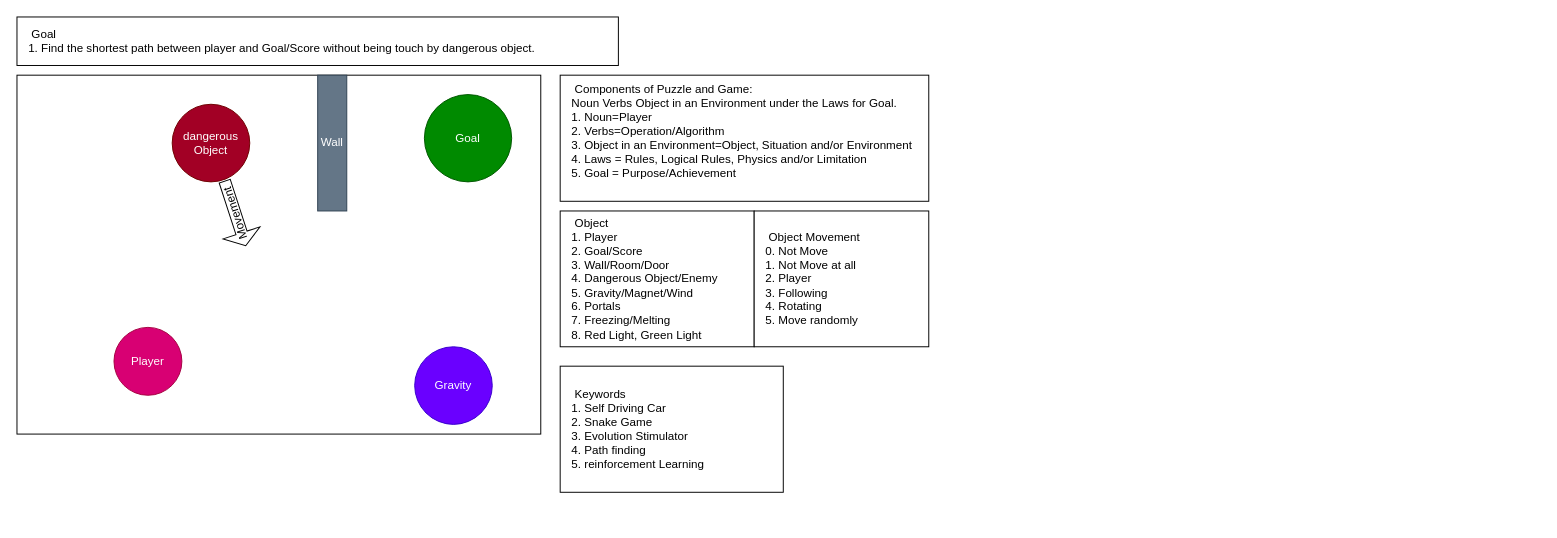
This is DynamicPathFinding.drawio from NihilisticMotif/Draw10SoftwarePlanning, a draw.io file, before an edit. Source tidied: cells renumbered, new cells numbered last; positions are measured from the earlier drawing's top-left corner, leaving out a move shared by most shapes. Both pictures are drawn from the tidied source at 97%, with x=0, y=0 at pixel (16, 16).
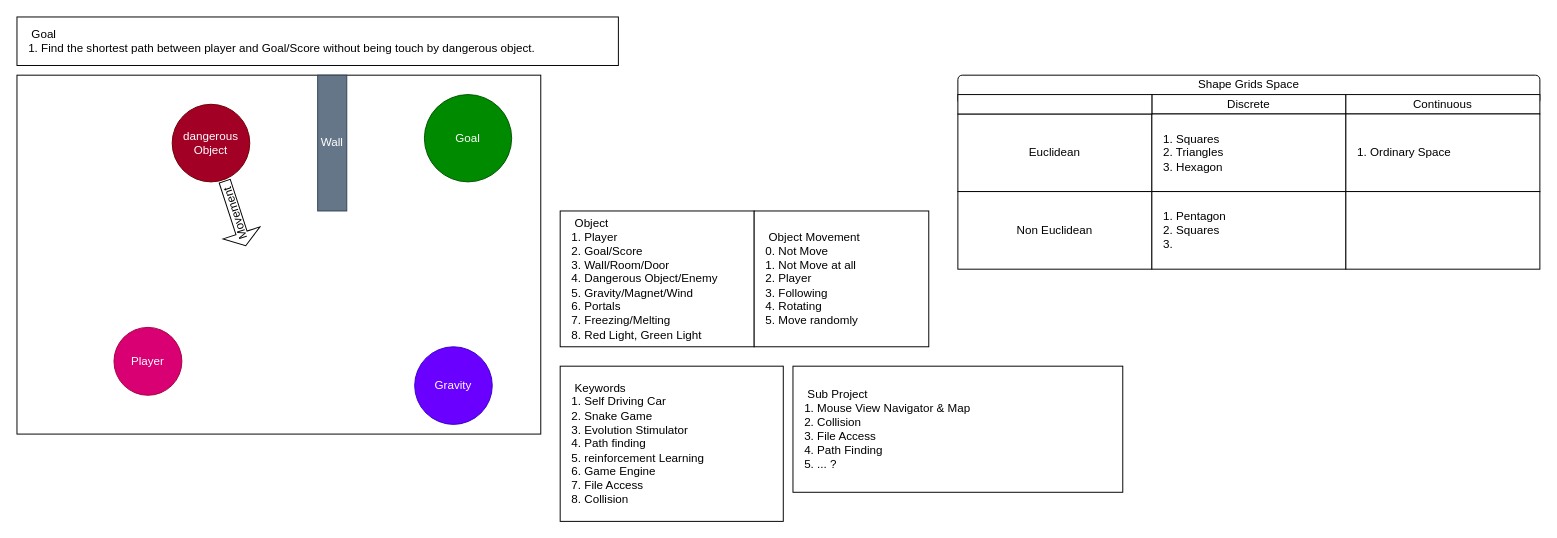
The same page after the edit.

The edit, as a diff of the source:
```diff
@@
-    <mxCell id="10" value="&lt;span style=&quot;white-space: pre&quot;&gt; Components of Puzzle and Game:&lt;br&gt;Noun Verbs Object in an Environment under the Laws for Goal.&lt;br&gt;1. Noun=Player&lt;br&gt;2. Verbs=Operation/Algorithm&lt;br&gt;3. Object in an Environment=Object, Situation and/or Environment&lt;br&gt;4. Laws = Rules, Logical Rules, Physics and/or Limitation&lt;br&gt;5. Goal = Purpose/Achievement&lt;br&gt;&lt;br&gt;&lt;/span&gt;" style="rounded=0;whiteSpace=wrap;html=1;align=left;spacingLeft=10;" parent="1" vertex="1">
-      <mxGeometry x="560" y="60" width="380" height="130" as="geometry" />
-    </mxCell>
@@
-    <mxCell id="13" value="&lt;span style=&quot;white-space: pre&quot;&gt; Keywords&lt;br&gt;1. Self Driving Car&lt;br&gt;2. Snake Game&lt;br&gt;3. Evolution Stimulator&lt;br&gt;4. Path finding&lt;br/&gt;5. reinforcement Learning&lt;br&gt;&lt;/span&gt;" style="rounded=0;whiteSpace=wrap;html=1;align=left;spacingLeft=10;" parent="1" vertex="1">
-      <mxGeometry x="560" y="360" width="230" height="130" as="geometry" />
+    <mxCell id="13" value="&lt;span style=&quot;white-space: pre&quot;&gt; Keywords&lt;br&gt;1. Self Driving Car&lt;br&gt;2. Snake Game&lt;br&gt;3. Evolution Stimulator&lt;br&gt;4. Path finding&lt;br&gt;5. reinforcement Learning&lt;br&gt;6. Game Engine&lt;br/&gt;7. File Access&lt;br/&gt;8. Collision&lt;br&gt;&lt;/span&gt;" style="rounded=0;whiteSpace=wrap;html=1;align=left;spacingLeft=10;" parent="1" vertex="1">
+      <mxGeometry x="560" y="360" width="230" height="160" as="geometry" />
     </mxCell>
+    <mxCell id="14" value="&lt;span style=&quot;white-space: pre&quot;&gt; Sub Project&lt;br&gt;1. Mouse View Navigator &amp;amp; Map&lt;br&gt;2. Collision&lt;br&gt;3. File Access&lt;br/&gt;4. Path Finding&lt;br&gt;5. ... ?&lt;br&gt;&lt;/span&gt;" style="rounded=0;whiteSpace=wrap;html=1;align=left;spacingLeft=10;" parent="1" vertex="1">
+      <mxGeometry x="800" y="360" width="340" height="130" as="geometry" />
+    </mxCell>
+    <mxCell id="15" style="group;" parent="1" vertex="1">
+      <mxGeometry x="970" y="60" width="600" height="200" as="geometry" />
+    </mxCell>
+    <mxCell id="16" value="Shape Grids Space" style="rounded=1;whiteSpace=wrap;html=1;fontSize=12;fillColor=#FFFFFF;spacingTop=-10;" parent="15" vertex="1">
+      <mxGeometry width="600" height="30" as="geometry" />
+    </mxCell>
+    <mxCell id="17" value="Discrete" style="rounded=0;whiteSpace=wrap;html=1;fontSize=12;fillColor=#FFFFFF;" parent="15" vertex="1">
+      <mxGeometry x="200" y="20" width="200" height="20" as="geometry" />
+    </mxCell>
+    <mxCell id="18" value="Continuous" style="rounded=0;whiteSpace=wrap;html=1;fontSize=12;fillColor=#FFFFFF;" parent="15" vertex="1">
+      <mxGeometry x="400" y="20" width="200" height="20" as="geometry" />
+    </mxCell>
+    <mxCell id="19" value="Euclidean" style="rounded=0;whiteSpace=wrap;html=1;fontSize=12;fillColor=#FFFFFF;" parent="15" vertex="1">
+      <mxGeometry y="40" width="200" height="80" as="geometry" />
+    </mxCell>
+    <mxCell id="20" value="Non Euclidean" style="rounded=0;whiteSpace=wrap;html=1;fontSize=12;fillColor=#FFFFFF;" parent="15" vertex="1">
+      <mxGeometry y="120" width="200" height="80" as="geometry" />
+    </mxCell>
+    <mxCell id="21" value="1. Squares&lt;br style=&quot;font-size: 12px;&quot;&gt;2. Triangles&lt;br style=&quot;font-size: 12px;&quot;&gt;3. Hexagon" style="rounded=0;whiteSpace=wrap;html=1;fontSize=12;fillColor=#FFFFFF;align=left;spacingLeft=10;" parent="15" vertex="1">
+      <mxGeometry x="200" y="40" width="200" height="80" as="geometry" />
+    </mxCell>
+    <mxCell id="22" value="1. Pentagon&lt;br style=&quot;font-size: 12px;&quot;&gt;2. Squares&lt;br style=&quot;font-size: 12px;&quot;&gt;3.&amp;nbsp;" style="rounded=0;whiteSpace=wrap;html=1;fontSize=12;fillColor=#FFFFFF;align=left;spacingLeft=10;" parent="15" vertex="1">
+      <mxGeometry x="200" y="120" width="200" height="80" as="geometry" />
+    </mxCell>
+    <mxCell id="23" value="1. Ordinary Space" style="rounded=0;whiteSpace=wrap;html=1;fontSize=12;fillColor=#FFFFFF;align=left;spacingLeft=10;" parent="15" vertex="1">
+      <mxGeometry x="400" y="40" width="200" height="80" as="geometry" />
+    </mxCell>
+    <mxCell id="24" style="rounded=0;whiteSpace=wrap;html=1;fontSize=12;fillColor=#FFFFFF;align=left;spacingLeft=10;" parent="15" vertex="1">
+      <mxGeometry x="400" y="120" width="200" height="80" as="geometry" />
+    </mxCell>
+    <mxCell id="25" style="rounded=0;whiteSpace=wrap;html=1;fontSize=12;fillColor=#FFFFFF;" parent="15" vertex="1">
+      <mxGeometry y="20" width="200" height="20" as="geometry" />
+    </mxCell>
```
